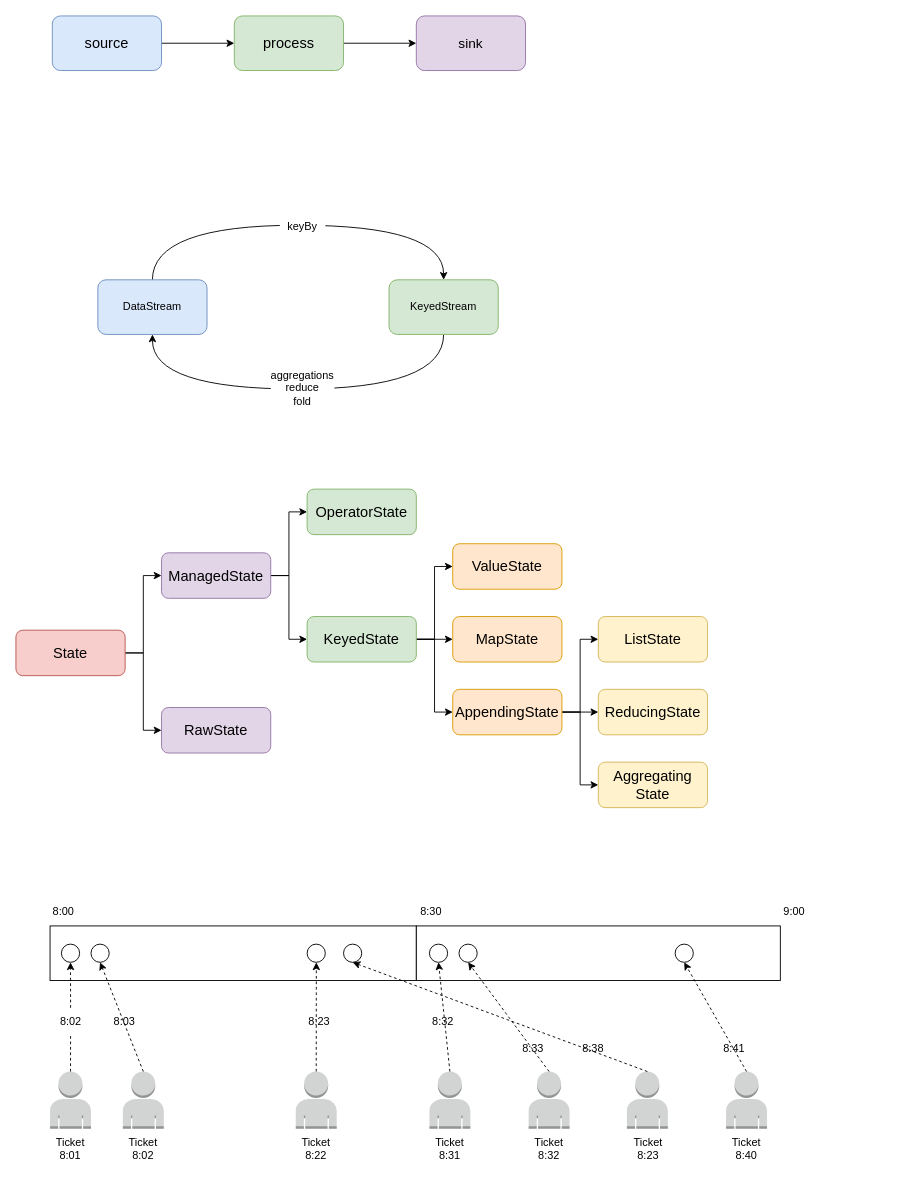
ZiqingYip/moment keeps this draw.io diagram as flink.drawio. Above is the earlier version. Source tidied: cells renumbered, new cells numbered last; positions are measured from the earlier drawing's top-left corner, leaving out a move shared by most shapes. Both pictures are drawn from the tidied source at 91%, with x=0, y=0 at pixel (15, 15).
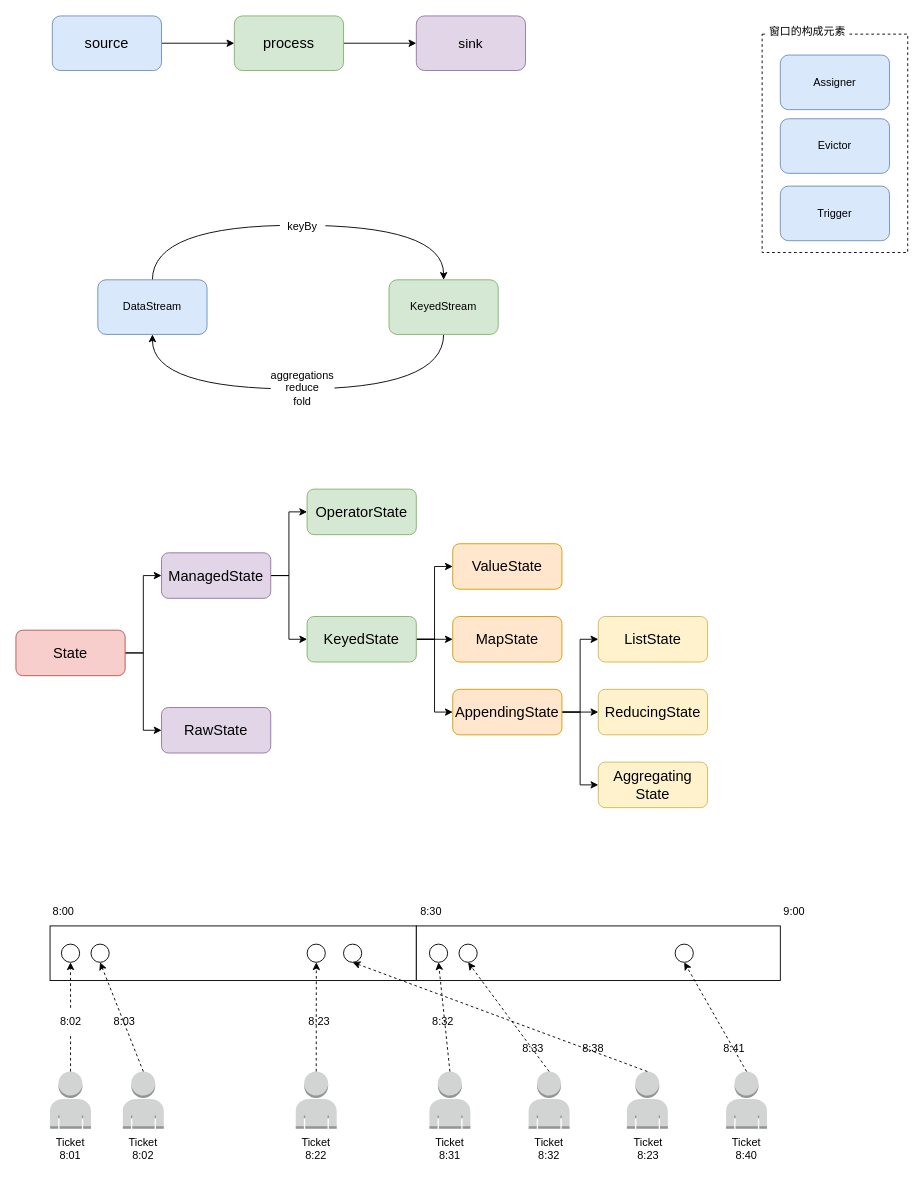
Above is the later version.

Diff of the diagram source:
```diff
@@
+    <mxCell id="75" value="Assigner" style="rounded=1;whiteSpace=wrap;html=1;fillColor=#dae8fc;strokeColor=#6c8ebf;" parent="1" vertex="1">
+      <mxGeometry x="840" y="43" width="120" height="60" as="geometry" />
+    </mxCell>
+    <mxCell id="76" value="Evictor" style="rounded=1;whiteSpace=wrap;html=1;fillColor=#dae8fc;strokeColor=#6c8ebf;" parent="1" vertex="1">
+      <mxGeometry x="840" y="113" width="120" height="60" as="geometry" />
+    </mxCell>
+    <mxCell id="77" value="Trigger" style="rounded=1;whiteSpace=wrap;html=1;fillColor=#dae8fc;strokeColor=#6c8ebf;" parent="1" vertex="1">
+      <mxGeometry x="840" y="187" width="120" height="60" as="geometry" />
+    </mxCell>
+    <mxCell id="78" style="rounded=0;whiteSpace=wrap;html=1;fillColor=none;dashed=1;" parent="1" vertex="1">
+      <mxGeometry x="820" y="20" width="160" height="240" as="geometry" />
+    </mxCell>
+    <mxCell id="79" value="窗口的构成元素" style="text;html=1;strokeColor=none;fillColor=default;align=center;verticalAlign=middle;whiteSpace=wrap;rounded=0;dashed=1;" parent="1" vertex="1">
+      <mxGeometry x="825.4" y="5" width="90" height="25" as="geometry" />
+    </mxCell>
```
